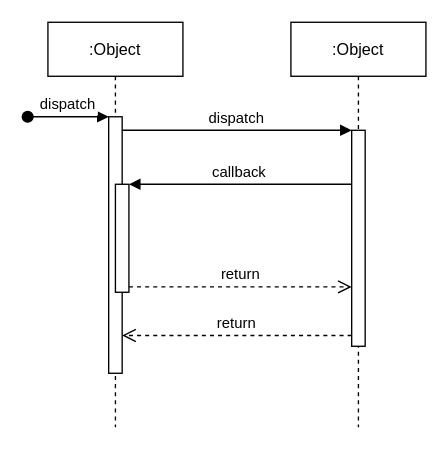
Earlier version of the draw.io diagram Daikin WSP.drawio (foday/Daikin-WSP). Source tidied: cells renumbered, new cells numbered last; positions are measured from the earlier drawing's top-left corner, leaving out a move shared by most shapes. Both pictures are drawn from the tidied source at 135%, with x=0, y=0 at pixel (27, 22).
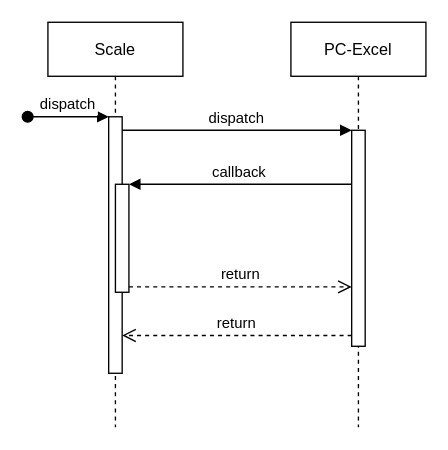
The same diagram, later.

What changed in the source:
```diff
@@
 <mxGraphModel>
   <root>
     <mxCell id="0" />
     <mxCell id="1" parent="0" />
-    <mxCell id="2" value=":Object" style="shape=umlLifeline;perimeter=lifelinePerimeter;rounded=0;shadow=0;strokeWidth=1;" parent="1" vertex="1">
+    <mxCell id="2" value="Scale" style="shape=umlLifeline;perimeter=lifelinePerimeter;rounded=0;shadow=0;strokeWidth=1;" parent="1" vertex="1">
       <mxGeometry x="15" width="100" height="300" as="geometry" />
     </mxCell>
     <mxCell id="3" style="points=[];perimeter=orthogonalPerimeter;rounded=0;shadow=0;strokeWidth=1;" parent="2" vertex="1">
       <mxGeometry x="45" y="70" width="10" height="190" as="geometry" />
     </mxCell>
     <mxCell id="4" value="dispatch" style="verticalAlign=bottom;startArrow=oval;endArrow=block;startSize=8;shadow=0;strokeWidth=1;" parent="2" edge="1" target="3">
       <mxGeometry relative="1" as="geometry">
         <mxPoint x="-15" y="70" as="sourcePoint" />
       </mxGeometry>
     </mxCell>
     <mxCell id="5" style="points=[];perimeter=orthogonalPerimeter;rounded=0;shadow=0;strokeWidth=1;" parent="2" vertex="1">
       <mxGeometry x="50" y="120" width="10" height="80" as="geometry" />
     </mxCell>
-    <mxCell id="6" value=":Object" style="shape=umlLifeline;perimeter=lifelinePerimeter;rounded=0;shadow=0;strokeWidth=1;" parent="1" vertex="1">
+    <mxCell id="6" value="PC-Excel" style="shape=umlLifeline;perimeter=lifelinePerimeter;rounded=0;shadow=0;strokeWidth=1;" parent="1" vertex="1">
       <mxGeometry x="195" width="100" height="300" as="geometry" />
     </mxCell>
     <mxCell id="7" style="points=[];perimeter=orthogonalPerimeter;rounded=0;shadow=0;strokeWidth=1;" parent="6" vertex="1">
       <mxGeometry x="45" y="80" width="10" height="160" as="geometry" />
     </mxCell>
     <mxCell id="8" value="return" style="verticalAlign=bottom;endArrow=open;dashed=1;endSize=8;exitX=0;exitY=0.95;shadow=0;strokeWidth=1;" parent="1" edge="1" source="7" target="3">
       <mxGeometry relative="1" as="geometry" />
     </mxCell>
     <mxCell id="9" value="dispatch" style="verticalAlign=bottom;endArrow=block;entryX=0;entryY=0;shadow=0;strokeWidth=1;" parent="1" edge="1" source="3" target="7">
       <mxGeometry relative="1" as="geometry" />
     </mxCell>
     <mxCell id="10" value="callback" style="verticalAlign=bottom;endArrow=block;entryX=1;entryY=0;shadow=0;strokeWidth=1;" parent="1" edge="1" source="7" target="5">
       <mxGeometry relative="1" as="geometry" />
     </mxCell>
     <mxCell id="11" value="return" style="verticalAlign=bottom;endArrow=open;dashed=1;endSize=8;exitX=1;exitY=0.95;shadow=0;strokeWidth=1;" parent="1" edge="1" source="5" target="7">
       <mxGeometry relative="1" as="geometry" />
     </mxCell>
   </root>
 </mxGraphModel>
```
